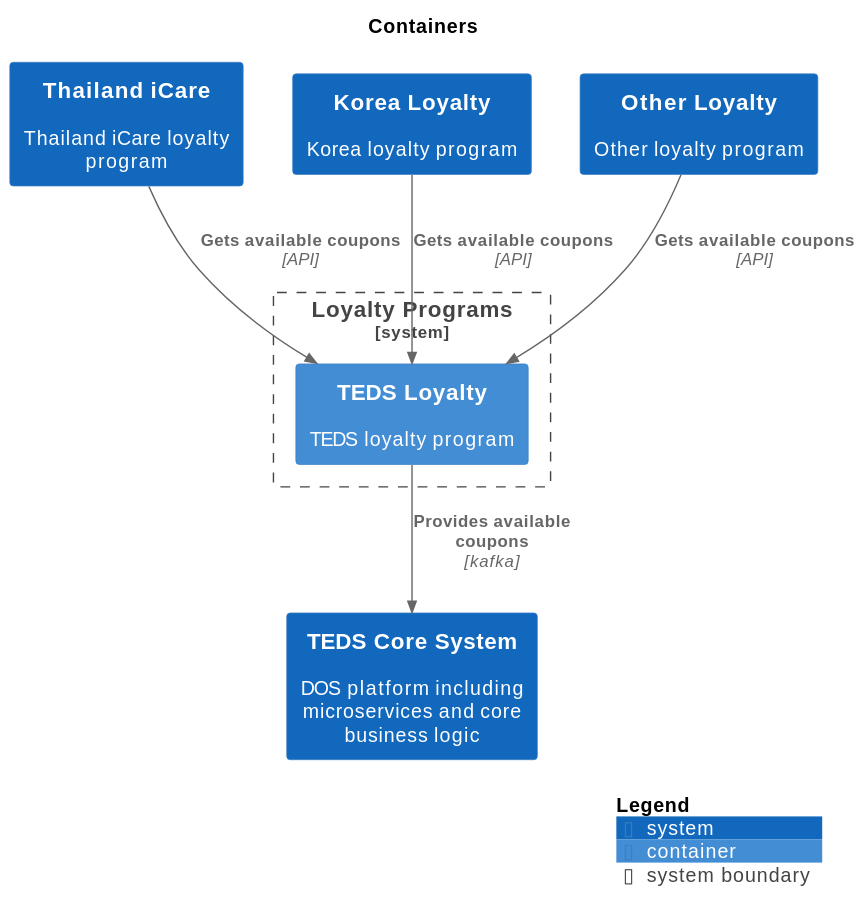
kzsahay/teds keeps this PlantUML diagram as main/svg/Level2_loyalty-adapter_Containers.svg. Above is the earlier version. Its source is kept beside it as main/puml/Level2_loyalty-adapter_Containers.puml.
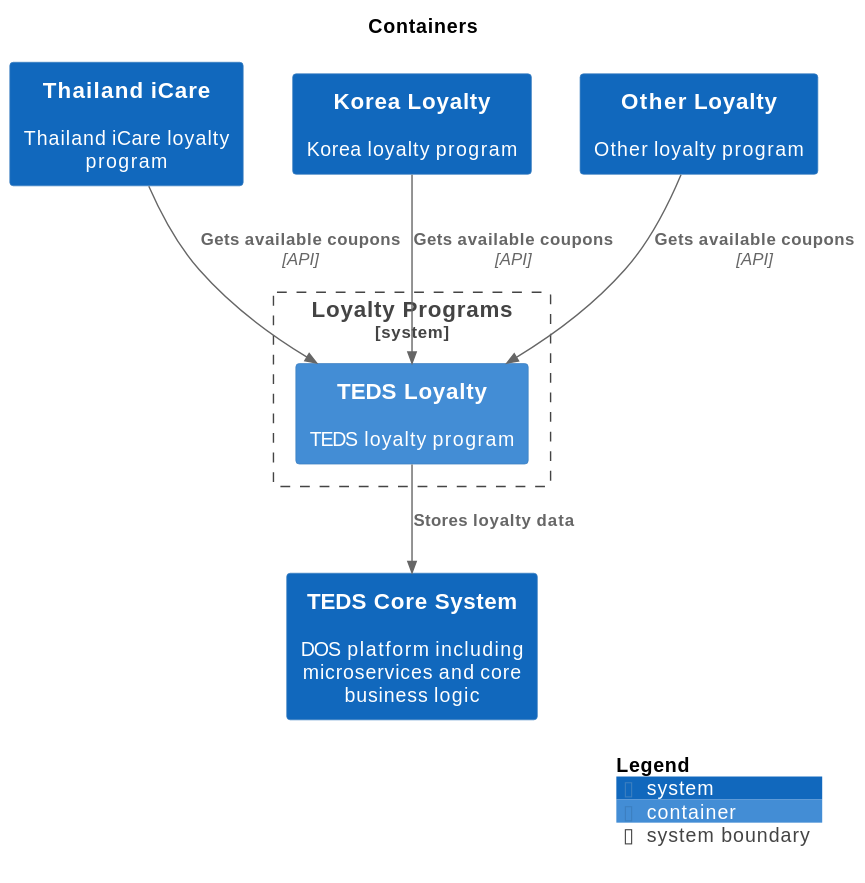
After the commit.

Diff of the diagram source:
```diff
@@ -20,7 +20,7 @@
 Rel(ThailandiCare, LoyaltyPrograms.TEDSLoyalty, "Gets available coupons", $techn="API", $tags="", $link="")
 Rel(KoreaLoyalty, LoyaltyPrograms.TEDSLoyalty, "Gets available coupons", $techn="API", $tags="", $link="")
 Rel(OtherLoyalty, LoyaltyPrograms.TEDSLoyalty, "Gets available coupons", $techn="API", $tags="", $link="")
-Rel(LoyaltyPrograms.TEDSLoyalty, TEDSCoreSystem, "Provides available coupons", $techn="kafka", $tags="", $link="")
+Rel(LoyaltyPrograms.TEDSLoyalty, TEDSCoreSystem, "Stores loyalty data", $techn="", $tags="", $link="")
 
 SHOW_LEGEND(true)
 @enduml
```
